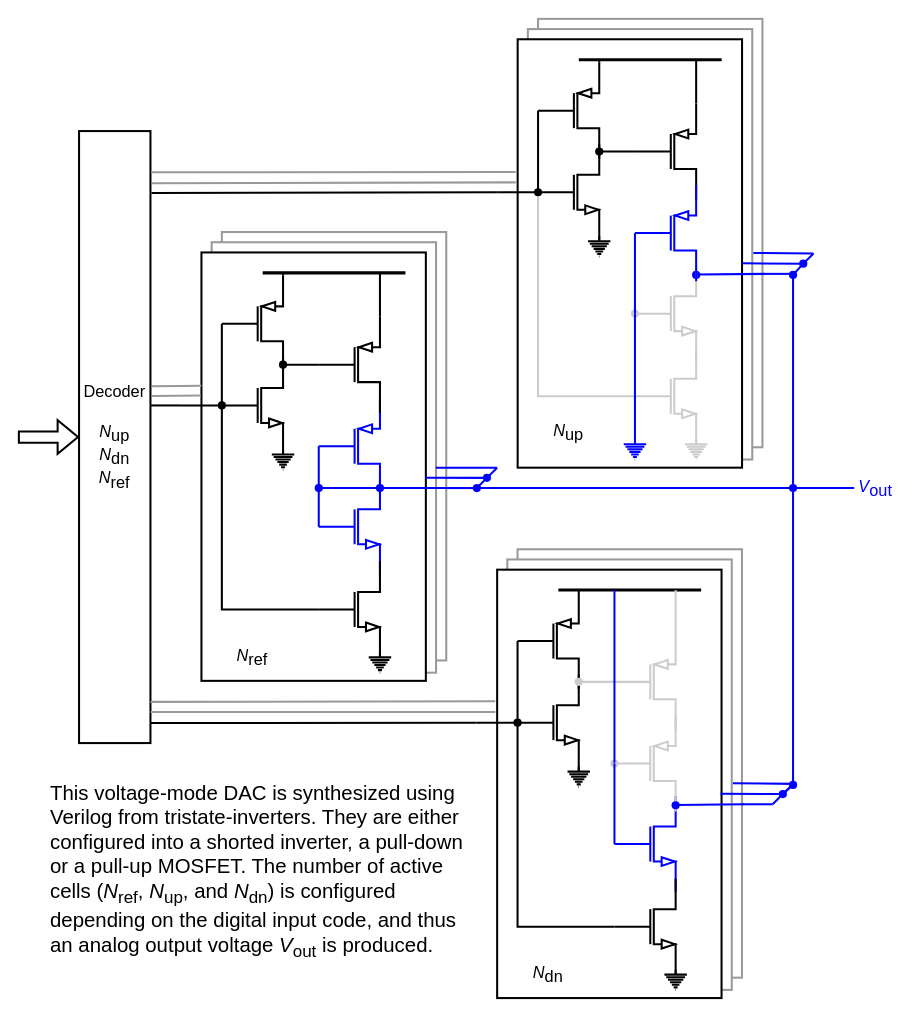
Earlier version of the draw.io diagram doc/voltage_dac.drawio (hpretl/tt03-tempsensor). Source tidied: cells renumbered, new cells numbered last; positions are measured from the earlier drawing's top-left corner, leaving out a move shared by most shapes. Both pictures are drawn from the tidied source at 102%, with x=0, y=0 at pixel (17, 18).
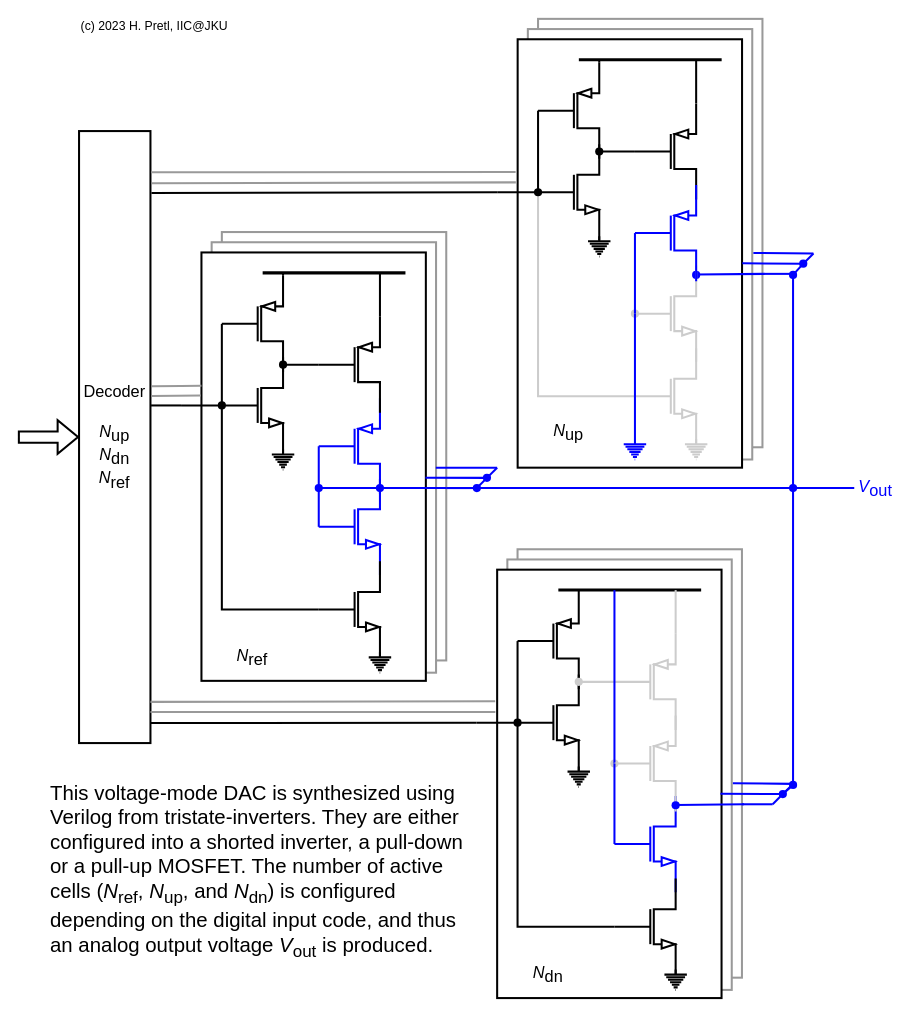
After the change.

Commit message (it also covers changes not shown here):
Add clarification, add copyright to figures

Change to the diagram source:
```diff
@@
+    <mxCell id="131" value="(c) 2023 H. Pretl, IIC@JKU" style="text;html=1;strokeColor=none;fillColor=none;align=left;verticalAlign=middle;whiteSpace=wrap;rounded=0;fontSize=12;" parent="1" vertex="1">
+      <mxGeometry x="60" width="157" height="14.6" as="geometry" />
+    </mxCell>
```
